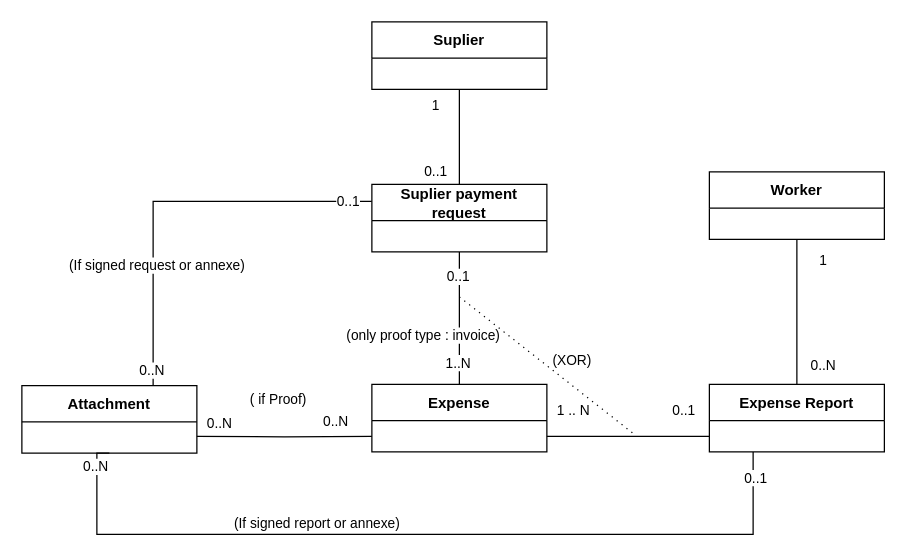
Idir-smart/SandBox keeps this draw.io diagram as page "détail paiment du fournisseur" (3 of 5) of Diagramme sans nom.drawio. Above is the earlier version. Source tidied: cells renumbered, new cells numbered last; positions are measured from the earlier drawing's top-left corner, leaving out a move shared by most shapes. Both pictures are drawn from the tidied source at 125%, with x=0, y=0 at pixel (21, 21).
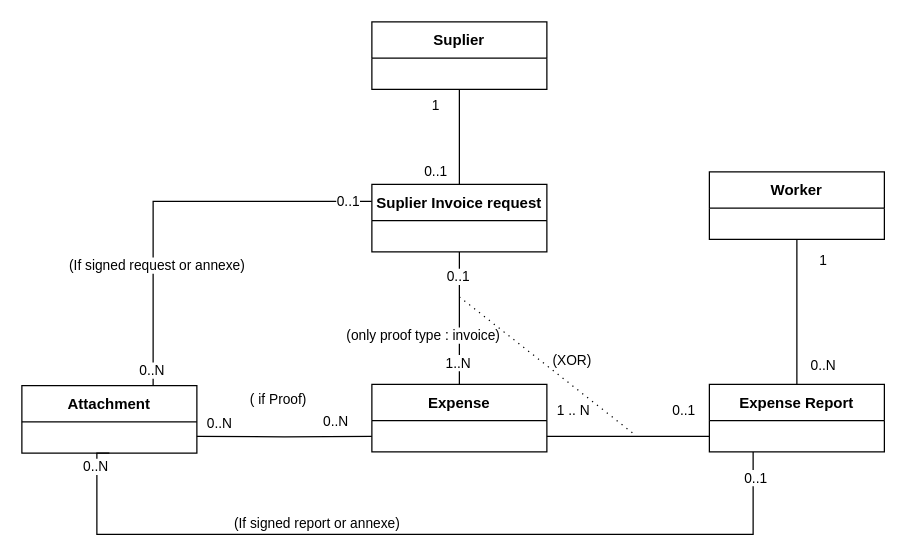
The same page after the edit.

The edit, as a diff of the source:
```diff
@@
-    <mxCell id="31" value="Suplier payment request" style="swimlane;fontStyle=1;align=center;verticalAlign=middle;horizontal=1;startSize=29;html=1;whiteSpace=wrap;" parent="1" vertex="1">
+    <mxCell id="31" value="Suplier Invoice request" style="swimlane;fontStyle=1;align=center;verticalAlign=middle;horizontal=1;startSize=29;html=1;whiteSpace=wrap;" parent="1" vertex="1">
       <mxGeometry x="280" y="130" width="140" height="54" as="geometry" />
     </mxCell>
```
